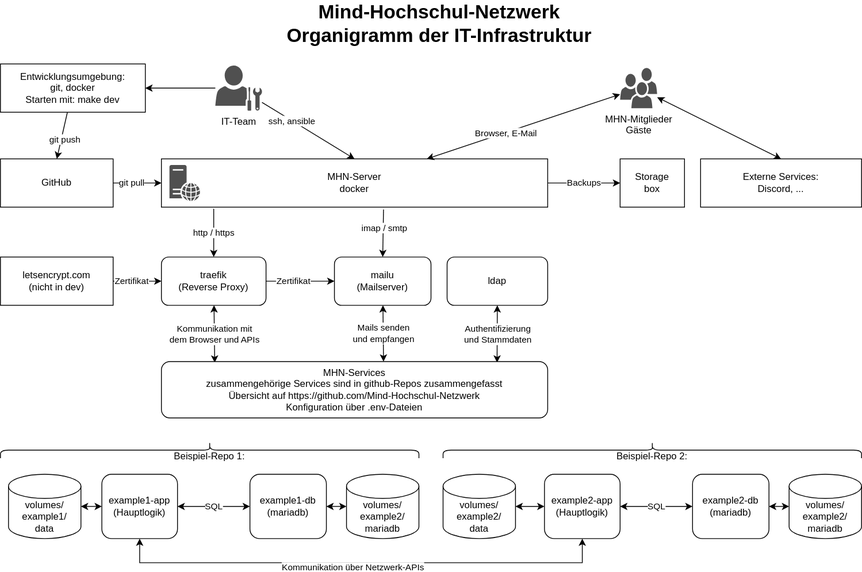
Mind-Hochschul-Netzwerk/.github keeps this draw.io diagram as profile/organization-chart.drawio.svg. Above is the earlier version. Source tidied: cells renumbered, new cells last; positions are measured from the earlier drawing's top-left corner, leaving out a move shared by most shapes.
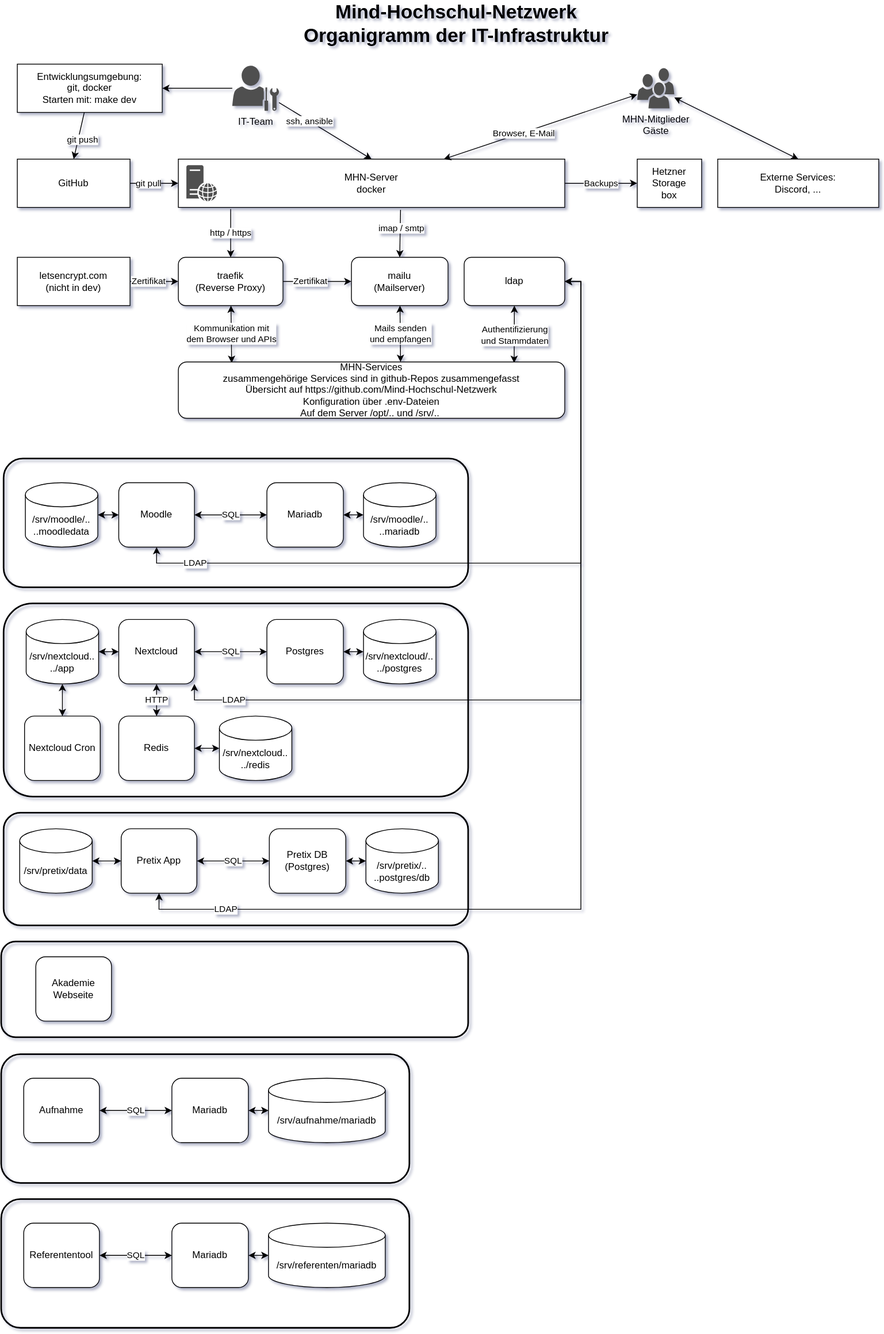
The same diagram one commit later.

The edit, as a diff of the source:
```diff
@@ -2,6 +2,18 @@
   <root>
     <mxCell id="0" />
     <mxCell id="1" parent="0" />
+    <mxCell id="59" style="rounded=1;whiteSpace=wrap;html=1;fillColor=none;strokeWidth=2;glass=0;shadow=0;sketch=0;" parent="1" vertex="1">
+      <mxGeometry x="-20" y="1160" width="580" height="119" as="geometry" />
+    </mxCell>
+    <mxCell id="60" style="rounded=1;whiteSpace=wrap;html=1;fillColor=none;strokeWidth=2;glass=0;shadow=0;sketch=0;" parent="1" vertex="1">
+      <mxGeometry x="-20" y="1300" width="507" height="160" as="geometry" />
+    </mxCell>
+    <mxCell id="61" style="rounded=1;whiteSpace=wrap;html=1;fillColor=none;strokeWidth=2;glass=0;shadow=0;sketch=0;" parent="1" vertex="1">
+      <mxGeometry x="-17" y="1000" width="577" height="140" as="geometry" />
+    </mxCell>
+    <mxCell id="62" style="rounded=1;whiteSpace=wrap;html=1;fillColor=none;strokeWidth=2;glass=0;shadow=0;sketch=0;" parent="1" vertex="1">
+      <mxGeometry x="-17" y="740" width="577" height="240" as="geometry" />
+    </mxCell>
     <mxCell id="2" value="Mind-Hochschul-Netzwerk&lt;br&gt;Organigramm der IT-Infrastruktur" style="text;strokeColor=none;fillColor=none;html=1;fontSize=24;fontStyle=1;verticalAlign=middle;align=center;" parent="1" vertex="1">
       <mxGeometry x="325" width="440" height="40" as="geometry" />
     </mxCell>
@@ -91,7 +103,7 @@
     <mxCell id="30" style="edgeStyle=none;rounded=0;orthogonalLoop=1;jettySize=auto;html=1;exitX=1;exitY=0.5;exitDx=0;exitDy=0;startArrow=none;startFill=0;endArrow=classic;endFill=1;" parent="1" edge="1" source="7" target="7">
       <mxGeometry relative="1" as="geometry" />
     </mxCell>
-    <mxCell id="31" value="Storage&lt;br&gt;box" style="rounded=0;whiteSpace=wrap;html=1;" parent="1" vertex="1">
+    <mxCell id="31" value="Hetzner Storage&lt;br&gt;box" style="rounded=0;whiteSpace=wrap;html=1;" parent="1" vertex="1">
       <mxGeometry x="770" y="188" width="80" height="60" as="geometry" />
     </mxCell>
     <mxCell id="32" style="edgeStyle=none;rounded=0;jettySize=auto;html=1;exitX=1;exitY=0.5;exitDx=0;exitDy=0;startArrow=none;startFill=0;endArrow=classic;endFill=1;entryX=0;entryY=0.5;entryDx=0;entryDy=0;" parent="1" edge="1" source="34" target="27">
@@ -114,7 +126,7 @@
     <mxCell id="37" value="ldap" style="rounded=1;whiteSpace=wrap;html=1;" parent="1" vertex="1">
       <mxGeometry x="555" y="310" width="125" height="60" as="geometry" />
     </mxCell>
-    <mxCell id="38" value="MHN-Services&lt;br&gt;zusammengehörige Services sind in github-Repos zusammengefasst&lt;br&gt;Übersicht auf&amp;nbsp;https://github.com/Mind-Hochschul-Netzwerk&lt;br&gt;Konfiguration über .env-Dateien" style="rounded=1;whiteSpace=wrap;html=1;imageVerticalAlign=top;" parent="1" vertex="1">
+    <mxCell id="38" value="MHN-Services&lt;br&gt;zusammengehörige Services sind in github-Repos zusammengefasst&lt;br&gt;Übersicht auf&amp;nbsp;https://github.com/Mind-Hochschul-Netzwerk&lt;br&gt;Konfiguration über .env-Dateien&lt;br&gt;Auf dem Server /opt/.. und /srv/..&amp;nbsp;" style="rounded=1;whiteSpace=wrap;html=1;imageVerticalAlign=top;" parent="1" vertex="1">
       <mxGeometry x="200" y="440" width="480" height="70" as="geometry" />
     </mxCell>
     <mxCell id="39" value="Entwicklungsumgebung:&lt;br&gt;git, docker&lt;br&gt;Starten mit: make dev" style="rounded=0;whiteSpace=wrap;html=1;imageHeight=24;" parent="1" vertex="1">
@@ -123,64 +135,142 @@
     <mxCell id="40" style="edgeStyle=none;rounded=0;orthogonalLoop=1;jettySize=auto;html=1;exitX=1;exitY=0.5;exitDx=0;exitDy=0;startArrow=none;startFill=0;endArrow=classic;endFill=1;" parent="1" edge="1" source="38" target="38">
       <mxGeometry relative="1" as="geometry" />
     </mxCell>
-    <mxCell id="41" value="&lt;br&gt;Beispiel-Repo 1:" style="shape=curlyBracket;whiteSpace=wrap;html=1;rounded=1;direction=south;" parent="1" vertex="1">
-      <mxGeometry y="540" width="520" height="20" as="geometry" />
-    </mxCell>
     <mxCell id="42" value="SQL" style="edgeStyle=none;rounded=0;jettySize=auto;html=1;exitX=1;exitY=0.5;exitDx=0;exitDy=0;entryX=0;entryY=0.5;entryDx=0;entryDy=0;startArrow=classic;startFill=1;endArrow=classic;endFill=1;" parent="1" edge="1" source="46" target="48">
       <mxGeometry relative="1" as="geometry" />
     </mxCell>
     <mxCell id="43" style="edgeStyle=none;rounded=0;jettySize=auto;html=1;exitX=0;exitY=0.5;exitDx=0;exitDy=0;entryX=1;entryY=0.5;entryDx=0;entryDy=0;entryPerimeter=0;startArrow=classic;startFill=1;endArrow=classic;endFill=1;" parent="1" edge="1" source="46" target="49">
       <mxGeometry relative="1" as="geometry" />
     </mxCell>
-    <mxCell id="44" style="edgeStyle=none;rounded=0;jettySize=auto;html=1;exitX=0.5;exitY=1;exitDx=0;exitDy=0;entryX=0.5;entryY=1;entryDx=0;entryDy=0;startArrow=classic;startFill=1;endArrow=classic;endFill=1;" parent="1" edge="1" source="46" target="54">
-      <mxGeometry relative="1" as="geometry">
-        <Array as="points">
-          <mxPoint x="173" y="690" />
-          <mxPoint x="723" y="690" />
-        </Array>
-      </mxGeometry>
-    </mxCell>
-    <mxCell id="45" value="Kommunikation über Netzwerk-APIs" style="edgeLabel;html=1;align=center;verticalAlign=middle;" parent="44" vertex="1">
-      <mxGeometry x="-0.04" y="-5" relative="1" as="geometry" />
-    </mxCell>
+    <mxCell id="63" value="LDAP" style="edgeStyle=orthogonalEdgeStyle;rounded=0;jettySize=auto;html=1;exitX=0.5;exitY=1;exitDx=0;exitDy=0;entryX=1;entryY=0.5;entryDx=0;entryDy=0;startArrow=classic;startFill=1;" parent="1" edge="1" source="46" target="37">
+      <mxGeometry x="-0.85" relative="1" as="geometry" />
+    </mxCell>
-    <mxCell id="46" value="example1-app&lt;br&gt;&lt;div style=&quot;&quot;&gt;&lt;span style=&quot;background-color: initial;&quot;&gt;(Hauptlogik)&lt;/span&gt;&lt;/div&gt;" style="rounded=1;whiteSpace=wrap;html=1;verticalAlign=middle;align=center;spacingLeft=0;" parent="1" vertex="1">
-      <mxGeometry x="126" y="580" width="94" height="80" as="geometry" />
+    <mxCell id="46" value="Moodle" style="rounded=1;whiteSpace=wrap;html=1;verticalAlign=middle;align=center;spacingLeft=0;" parent="1" vertex="1">
+      <mxGeometry x="126" y="590" width="94" height="80" as="geometry" />
     </mxCell>
     <mxCell id="47" style="edgeStyle=none;rounded=0;jettySize=auto;html=1;entryX=0;entryY=0.5;entryDx=0;entryDy=0;entryPerimeter=0;startArrow=classic;startFill=1;endArrow=classic;endFill=1;" parent="1" edge="1" source="48" target="50">
       <mxGeometry relative="1" as="geometry" />
     </mxCell>
-    <mxCell id="48" value="example1-db&lt;br&gt;(mariadb)" style="rounded=1;whiteSpace=wrap;html=1;" parent="1" vertex="1">
-      <mxGeometry x="310" y="580" width="95" height="80" as="geometry" />
+    <mxCell id="48" value="Mariadb" style="rounded=1;whiteSpace=wrap;html=1;" parent="1" vertex="1">
+      <mxGeometry x="310" y="590" width="95" height="80" as="geometry" />
     </mxCell>
-    <mxCell id="49" value="volumes/&lt;br&gt;example1/&lt;br&gt;data" style="shape=cylinder3;whiteSpace=wrap;html=1;boundedLbl=1;backgroundOutline=1;size=15;" parent="1" vertex="1">
-      <mxGeometry x="10" y="580" width="90" height="80" as="geometry" />
+    <mxCell id="49" value="/srv/moodle/..&lt;br&gt;..moodledata" style="shape=cylinder3;whiteSpace=wrap;html=1;boundedLbl=1;backgroundOutline=1;size=15;" parent="1" vertex="1">
+      <mxGeometry x="10" y="590" width="90" height="80" as="geometry" />
     </mxCell>
-    <mxCell id="50" value="volumes/&lt;br&gt;example2/&lt;br&gt;mariadb" style="shape=cylinder3;whiteSpace=wrap;html=1;boundedLbl=1;backgroundOutline=1;size=15;" parent="1" vertex="1">
-      <mxGeometry x="430" y="580" width="90" height="80" as="geometry" />
+    <mxCell id="50" value="/srv/moodle/..&lt;br&gt;..mariadb" style="shape=cylinder3;whiteSpace=wrap;html=1;boundedLbl=1;backgroundOutline=1;size=15;" parent="1" vertex="1">
+      <mxGeometry x="430" y="590" width="90" height="80" as="geometry" />
     </mxCell>
-    <mxCell id="51" value="&lt;br&gt;Beispiel-Repo 2:" style="shape=curlyBracket;whiteSpace=wrap;html=1;rounded=1;direction=south;" parent="1" vertex="1">
-      <mxGeometry x="550" y="540" width="520" height="20" as="geometry" />
-    </mxCell>
     <mxCell id="52" value="SQL" style="edgeStyle=none;rounded=0;jettySize=auto;html=1;exitX=1;exitY=0.5;exitDx=0;exitDy=0;entryX=0;entryY=0.5;entryDx=0;entryDy=0;startArrow=classic;startFill=1;endArrow=classic;endFill=1;" parent="1" edge="1" source="54" target="56">
       <mxGeometry relative="1" as="geometry" />
     </mxCell>
     <mxCell id="53" style="edgeStyle=none;rounded=0;jettySize=auto;html=1;exitX=0;exitY=0.5;exitDx=0;exitDy=0;entryX=1;entryY=0.5;entryDx=0;entryDy=0;entryPerimeter=0;startArrow=classic;startFill=1;endArrow=classic;endFill=1;" parent="1" edge="1" source="54" target="57">
       <mxGeometry relative="1" as="geometry" />
     </mxCell>
+    <mxCell id="64" value="LDAP" style="edgeStyle=orthogonalEdgeStyle;rounded=0;jettySize=auto;html=1;exitX=0.5;exitY=1;exitDx=0;exitDy=0;entryX=1;entryY=0.5;entryDx=0;entryDy=0;startArrow=classic;startFill=1;" parent="1" edge="1" source="54" target="37">
+      <mxGeometry x="-0.85" relative="1" as="geometry">
+        <Array as="points">
+          <mxPoint x="176" y="1120" />
+          <mxPoint x="700" y="1120" />
+          <mxPoint x="700" y="340" />
+        </Array>
+      </mxGeometry>
+    </mxCell>
-    <mxCell id="54" value="example2-app&lt;br&gt;&lt;div style=&quot;&quot;&gt;&lt;span style=&quot;background-color: initial;&quot;&gt;(Hauptlogik)&lt;/span&gt;&lt;/div&gt;" style="rounded=1;whiteSpace=wrap;html=1;verticalAlign=middle;align=center;spacingLeft=0;" parent="1" vertex="1">
-      <mxGeometry x="676" y="580" width="94" height="80" as="geometry" />
+    <mxCell id="54" value="Pretix App" style="rounded=1;whiteSpace=wrap;html=1;verticalAlign=middle;align=center;spacingLeft=0;" parent="1" vertex="1">
+      <mxGeometry x="129" y="1020" width="94" height="80" as="geometry" />
     </mxCell>
     <mxCell id="55" style="edgeStyle=none;rounded=0;jettySize=auto;html=1;entryX=0;entryY=0.5;entryDx=0;entryDy=0;entryPerimeter=0;startArrow=classic;startFill=1;endArrow=classic;endFill=1;" parent="1" edge="1" source="56" target="58">
       <mxGeometry relative="1" as="geometry" />
     </mxCell>
-    <mxCell id="56" value="example2-db&lt;br&gt;(mariadb)" style="rounded=1;whiteSpace=wrap;html=1;" parent="1" vertex="1">
-      <mxGeometry x="860" y="580" width="95" height="80" as="geometry" />
+    <mxCell id="56" value="Pretix DB (Postgres)" style="rounded=1;whiteSpace=wrap;html=1;" parent="1" vertex="1">
+      <mxGeometry x="313" y="1020" width="95" height="80" as="geometry" />
     </mxCell>
-    <mxCell id="57" value="volumes/&lt;br&gt;example2/&lt;br&gt;data" style="shape=cylinder3;whiteSpace=wrap;html=1;boundedLbl=1;backgroundOutline=1;size=15;" parent="1" vertex="1">
-      <mxGeometry x="550" y="580" width="90" height="80" as="geometry" />
+    <mxCell id="57" value="/srv/pretix/data" style="shape=cylinder3;whiteSpace=wrap;html=1;boundedLbl=1;backgroundOutline=1;size=15;" parent="1" vertex="1">
+      <mxGeometry x="3" y="1020" width="90" height="80" as="geometry" />
     </mxCell>
-    <mxCell id="58" value="volumes/&lt;br&gt;example2/&lt;br&gt;mariadb" style="shape=cylinder3;whiteSpace=wrap;html=1;boundedLbl=1;backgroundOutline=1;size=15;" parent="1" vertex="1">
-      <mxGeometry x="980" y="580" width="90" height="80" as="geometry" />
+    <mxCell id="58" value="/srv/pretix/..&lt;br&gt;..postgres/db" style="shape=cylinder3;whiteSpace=wrap;html=1;boundedLbl=1;backgroundOutline=1;size=15;" parent="1" vertex="1">
+      <mxGeometry x="433" y="1020" width="90" height="80" as="geometry" />
     </mxCell>
+    <mxCell id="65" value="SQL" style="edgeStyle=none;rounded=0;jettySize=auto;html=1;exitX=1;exitY=0.5;exitDx=0;exitDy=0;entryX=0;entryY=0.5;entryDx=0;entryDy=0;startArrow=classic;startFill=1;endArrow=classic;endFill=1;" parent="1" edge="1" source="68" target="70">
+      <mxGeometry relative="1" as="geometry" />
+    </mxCell>
+    <mxCell id="66" style="edgeStyle=none;rounded=0;jettySize=auto;html=1;exitX=0;exitY=0.5;exitDx=0;exitDy=0;entryX=1;entryY=0.5;entryDx=0;entryDy=0;entryPerimeter=0;startArrow=classic;startFill=1;endArrow=classic;endFill=1;" parent="1" edge="1" source="68" target="71">
+      <mxGeometry relative="1" as="geometry" />
+    </mxCell>
+    <mxCell id="67" value="LDAP" style="edgeStyle=orthogonalEdgeStyle;rounded=0;jettySize=auto;html=1;exitX=1;exitY=1;exitDx=0;exitDy=0;entryX=1;entryY=0.5;entryDx=0;entryDy=0;startArrow=classic;startFill=1;" parent="1" edge="1" source="68" target="37">
+      <mxGeometry x="-0.87" relative="1" as="geometry">
+        <mxPoint x="1" as="offset" />
+      </mxGeometry>
+    </mxCell>
+    <mxCell id="68" value="Nextcloud" style="rounded=1;whiteSpace=wrap;html=1;verticalAlign=middle;align=center;spacingLeft=0;" parent="1" vertex="1">
+      <mxGeometry x="126" y="760" width="94" height="80" as="geometry" />
+    </mxCell>
+    <mxCell id="69" style="edgeStyle=none;rounded=0;jettySize=auto;html=1;entryX=0;entryY=0.5;entryDx=0;entryDy=0;entryPerimeter=0;startArrow=classic;startFill=1;endArrow=classic;endFill=1;" parent="1" edge="1" source="70" target="72">
+      <mxGeometry relative="1" as="geometry" />
+    </mxCell>
+    <mxCell id="70" value="Postgres" style="rounded=1;whiteSpace=wrap;html=1;" parent="1" vertex="1">
+      <mxGeometry x="310" y="760" width="95" height="80" as="geometry" />
+    </mxCell>
+    <mxCell id="71" value="/srv/nextcloud..&lt;br&gt;../app" style="shape=cylinder3;whiteSpace=wrap;html=1;boundedLbl=1;backgroundOutline=1;size=15;" parent="1" vertex="1">
+      <mxGeometry x="11" y="760" width="90" height="80" as="geometry" />
+    </mxCell>
+    <mxCell id="72" value="/srv/nextcloud/..&lt;br&gt;../postgres" style="shape=cylinder3;whiteSpace=wrap;html=1;boundedLbl=1;backgroundOutline=1;size=15;" parent="1" vertex="1">
+      <mxGeometry x="430" y="760" width="90" height="80" as="geometry" />
+    </mxCell>
+    <mxCell id="73" value="HTTP" style="edgeStyle=orthogonalEdgeStyle;rounded=0;jettySize=auto;html=1;exitX=0.5;exitY=0;exitDx=0;exitDy=0;entryX=0.5;entryY=1;entryDx=0;entryDy=0;startArrow=classic;startFill=1;" parent="1" edge="1" source="75" target="68">
+      <mxGeometry relative="1" as="geometry" />
+    </mxCell>
+    <mxCell id="74" style="edgeStyle=orthogonalEdgeStyle;rounded=0;jettySize=auto;html=1;exitX=1;exitY=0.5;exitDx=0;exitDy=0;entryX=0;entryY=0.5;entryDx=0;entryDy=0;entryPerimeter=0;startArrow=classic;startFill=1;" parent="1" edge="1" source="75" target="76">
+      <mxGeometry relative="1" as="geometry" />
+    </mxCell>
+    <mxCell id="75" value="Redis" style="rounded=1;whiteSpace=wrap;html=1;verticalAlign=middle;align=center;spacingLeft=0;" parent="1" vertex="1">
+      <mxGeometry x="126" y="880" width="94" height="80" as="geometry" />
+    </mxCell>
+    <mxCell id="76" value="/srv/nextcloud..&lt;br&gt;../redis" style="shape=cylinder3;whiteSpace=wrap;html=1;boundedLbl=1;backgroundOutline=1;size=15;" parent="1" vertex="1">
+      <mxGeometry x="251" y="880" width="90" height="80" as="geometry" />
+    </mxCell>
+    <mxCell id="77" style="edgeStyle=orthogonalEdgeStyle;rounded=0;jettySize=auto;html=1;entryX=0.5;entryY=1;entryDx=0;entryDy=0;entryPerimeter=0;startArrow=classic;startFill=1;" parent="1" edge="1" source="78" target="71">
+      <mxGeometry relative="1" as="geometry" />
+    </mxCell>
+    <mxCell id="78" value="Nextcloud Cron" style="rounded=1;whiteSpace=wrap;html=1;verticalAlign=middle;align=center;spacingLeft=0;" parent="1" vertex="1">
+      <mxGeometry x="9" y="880" width="94" height="80" as="geometry" />
+    </mxCell>
+    <mxCell id="79" style="rounded=1;whiteSpace=wrap;html=1;fillColor=none;strokeWidth=2;glass=0;shadow=0;sketch=0;" parent="1" vertex="1">
+      <mxGeometry x="-17" y="560" width="577" height="160" as="geometry" />
+    </mxCell>
+    <mxCell id="80" value="Akademie Webseite" style="rounded=1;whiteSpace=wrap;html=1;verticalAlign=middle;align=center;spacingLeft=0;" parent="1" vertex="1">
+      <mxGeometry x="23" y="1179" width="94" height="80" as="geometry" />
+    </mxCell>
+    <mxCell id="81" value="SQL" style="edgeStyle=none;rounded=0;jettySize=auto;html=1;exitX=1;exitY=0.5;exitDx=0;exitDy=0;entryX=0;entryY=0.5;entryDx=0;entryDy=0;startArrow=classic;startFill=1;endArrow=classic;endFill=1;" parent="1" edge="1" source="82" target="84">
+      <mxGeometry relative="1" as="geometry" />
+    </mxCell>
+    <mxCell id="82" value="Aufnahme" style="rounded=1;whiteSpace=wrap;html=1;verticalAlign=middle;align=center;spacingLeft=0;" parent="1" vertex="1">
+      <mxGeometry x="8" y="1330" width="94" height="80" as="geometry" />
+    </mxCell>
+    <mxCell id="83" style="edgeStyle=none;rounded=0;jettySize=auto;html=1;entryX=0;entryY=0.5;entryDx=0;entryDy=0;entryPerimeter=0;startArrow=classic;startFill=1;endArrow=classic;endFill=1;" parent="1" edge="1" source="84" target="85">
+      <mxGeometry relative="1" as="geometry" />
+    </mxCell>
+    <mxCell id="84" value="Mariadb" style="rounded=1;whiteSpace=wrap;html=1;" parent="1" vertex="1">
+      <mxGeometry x="192" y="1330" width="95" height="80" as="geometry" />
+    </mxCell>
+    <mxCell id="85" value="/srv/aufnahme/mariadb" style="shape=cylinder3;whiteSpace=wrap;html=1;boundedLbl=1;backgroundOutline=1;size=15;" parent="1" vertex="1">
+      <mxGeometry x="312" y="1330" width="145" height="80" as="geometry" />
+    </mxCell>
+    <mxCell id="86" style="rounded=1;whiteSpace=wrap;html=1;fillColor=none;strokeWidth=2;glass=0;shadow=0;sketch=0;" parent="1" vertex="1">
+      <mxGeometry x="-20" y="1480" width="507" height="160" as="geometry" />
+    </mxCell>
+    <mxCell id="87" value="SQL" style="edgeStyle=none;rounded=0;jettySize=auto;html=1;exitX=1;exitY=0.5;exitDx=0;exitDy=0;entryX=0;entryY=0.5;entryDx=0;entryDy=0;startArrow=classic;startFill=1;endArrow=classic;endFill=1;" parent="1" edge="1" source="88" target="90">
+      <mxGeometry relative="1" as="geometry" />
+    </mxCell>
+    <mxCell id="88" value="Referententool" style="rounded=1;whiteSpace=wrap;html=1;verticalAlign=middle;align=center;spacingLeft=0;" parent="1" vertex="1">
+      <mxGeometry x="8" y="1510" width="94" height="80" as="geometry" />
+    </mxCell>
+    <mxCell id="89" style="edgeStyle=none;rounded=0;jettySize=auto;html=1;entryX=0;entryY=0.5;entryDx=0;entryDy=0;entryPerimeter=0;startArrow=classic;startFill=1;endArrow=classic;endFill=1;" parent="1" edge="1" source="90" target="91">
+      <mxGeometry relative="1" as="geometry" />
+    </mxCell>
+    <mxCell id="90" value="Mariadb" style="rounded=1;whiteSpace=wrap;html=1;" parent="1" vertex="1">
+      <mxGeometry x="192" y="1510" width="95" height="80" as="geometry" />
+    </mxCell>
+    <mxCell id="91" value="/srv/referenten/mariadb" style="shape=cylinder3;whiteSpace=wrap;html=1;boundedLbl=1;backgroundOutline=1;size=15;" parent="1" vertex="1">
+      <mxGeometry x="312" y="1510" width="145" height="80" as="geometry" />
+    </mxCell>
   </root>
 </mxGraphModel>
```
